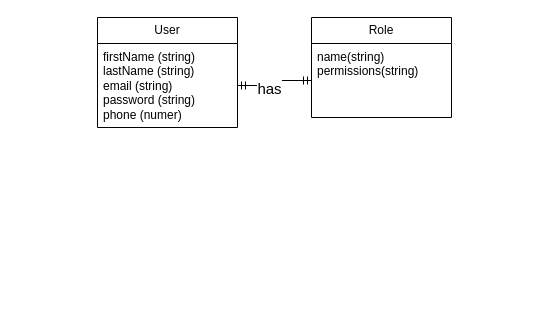
Earlier version of the draw.io diagram dataModeling/conceptualmodel.drawio (jarisiber/invoice-note). Source tidied: cells renumbered, new cells numbered last; positions are measured from the earlier drawing's top-left corner, leaving out a move shared by most shapes. Both pictures are drawn from the tidied source at 100%, with x=0, y=0 at pixel (97, 17).
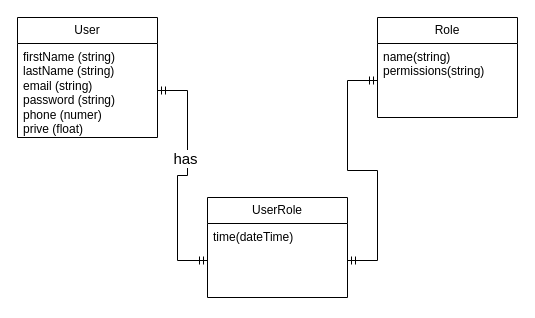
After the change.

What changed in the source:
```diff
@@
 <mxGraphModel>
   <root>
     <mxCell id="0" />
     <mxCell id="1" parent="0" />
     <mxCell id="2" value="User" style="swimlane;fontStyle=0;horizontal=1;startSize=26;fillColor=none;whiteSpace=wrap;html=1;" parent="1" vertex="1">
-      <mxGeometry width="140" height="110" as="geometry" />
+      <mxGeometry x="-80" width="140" height="120" as="geometry" />
     </mxCell>
-    <mxCell id="3" value="firstName (string)&lt;br&gt;lastName (string)&lt;br&gt;email (string)&lt;br&gt;password (string)&lt;br&gt;phone (numer)" style="text;strokeColor=none;fillColor=none;align=left;verticalAlign=top;spacingLeft=4;spacingRight=4;overflow=hidden;points=[[0,0.5],[1,0.5]];portConstraint=eastwest;whiteSpace=wrap;html=1;" parent="2" vertex="1">
-      <mxGeometry y="26" width="140" height="84" as="geometry" />
+    <mxCell id="3" value="firstName (string)&lt;br&gt;lastName (string)&lt;br&gt;email (string)&lt;br&gt;password (string)&lt;br&gt;phone (numer)&lt;br&gt;prive (float)" style="text;strokeColor=none;fillColor=none;align=left;verticalAlign=top;spacingLeft=4;spacingRight=4;overflow=hidden;points=[[0,0.5],[1,0.5]];portConstraint=eastwest;whiteSpace=wrap;html=1;" parent="2" vertex="1">
+      <mxGeometry y="26" width="140" height="94" as="geometry" />
     </mxCell>
     <mxCell id="4" value="Role" style="swimlane;fontStyle=0;horizontal=1;startSize=26;fillColor=none;whiteSpace=wrap;html=1;" parent="1" vertex="1">
-      <mxGeometry x="214" width="140" height="100" as="geometry" />
+      <mxGeometry x="280" width="140" height="100" as="geometry" />
     </mxCell>
     <mxCell id="5" value="name(string)&lt;br&gt;permissions(string)" style="text;strokeColor=none;fillColor=none;align=left;verticalAlign=top;spacingLeft=4;spacingRight=4;overflow=hidden;points=[[0,0.5],[1,0.5]];portConstraint=eastwest;whiteSpace=wrap;html=1;" parent="4" vertex="1">
       <mxGeometry y="26" width="140" height="74" as="geometry" />
     </mxCell>
-    <mxCell id="6" style="edgeStyle=entityRelationEdgeStyle;fontSize=12;html=1;endArrow=ERmandOne;startArrow=ERmandOne;rounded=0;entryX=0;entryY=0.5;entryDx=0;entryDy=0;exitX=1;exitY=0.5;exitDx=0;exitDy=0;" parent="1" edge="1" source="3" target="5">
-      <mxGeometry relative="1" as="geometry" />
+    <mxCell id="6" style="edgeStyle=entityRelationEdgeStyle;fontSize=12;html=1;endArrow=ERmandOne;startArrow=ERmandOne;rounded=0;entryX=0;entryY=0.5;entryDx=0;entryDy=0;exitX=1;exitY=0.5;exitDx=0;exitDy=0;" parent="1" edge="1" source="3" target="9">
+      <mxGeometry relative="1" as="geometry">
+        <Array as="points">
+          <mxPoint x="80" y="120" />
+          <mxPoint x="80" y="110" />
+        </Array>
+      </mxGeometry>
     </mxCell>
     <mxCell id="7" value="has" style="edgeLabel;html=1;align=center;verticalAlign=middle;fontSize=15;" parent="6" vertex="1">
       <mxGeometry x="-0.19" y="-3" relative="1" as="geometry" />
     </mxCell>
+    <mxCell id="8" value="UserRole" style="swimlane;fontStyle=0;horizontal=1;startSize=26;fillColor=none;whiteSpace=wrap;html=1;" parent="1" vertex="1">
+      <mxGeometry x="110" y="180" width="140" height="100" as="geometry" />
+    </mxCell>
+    <mxCell id="9" value="time(dateTime)" style="text;strokeColor=none;fillColor=none;align=left;verticalAlign=top;spacingLeft=4;spacingRight=4;overflow=hidden;points=[[0,0.5],[1,0.5]];portConstraint=eastwest;whiteSpace=wrap;html=1;" parent="8" vertex="1">
+      <mxGeometry y="26" width="140" height="74" as="geometry" />
+    </mxCell>
+    <mxCell id="10" style="edgeStyle=entityRelationEdgeStyle;fontSize=12;html=1;endArrow=ERmandOne;startArrow=ERmandOne;rounded=0;entryX=0;entryY=0.5;entryDx=0;entryDy=0;exitX=1;exitY=0.5;exitDx=0;exitDy=0;" parent="1" edge="1" source="9" target="5">
+      <mxGeometry relative="1" as="geometry" />
+    </mxCell>
   </root>
 </mxGraphModel>
```
